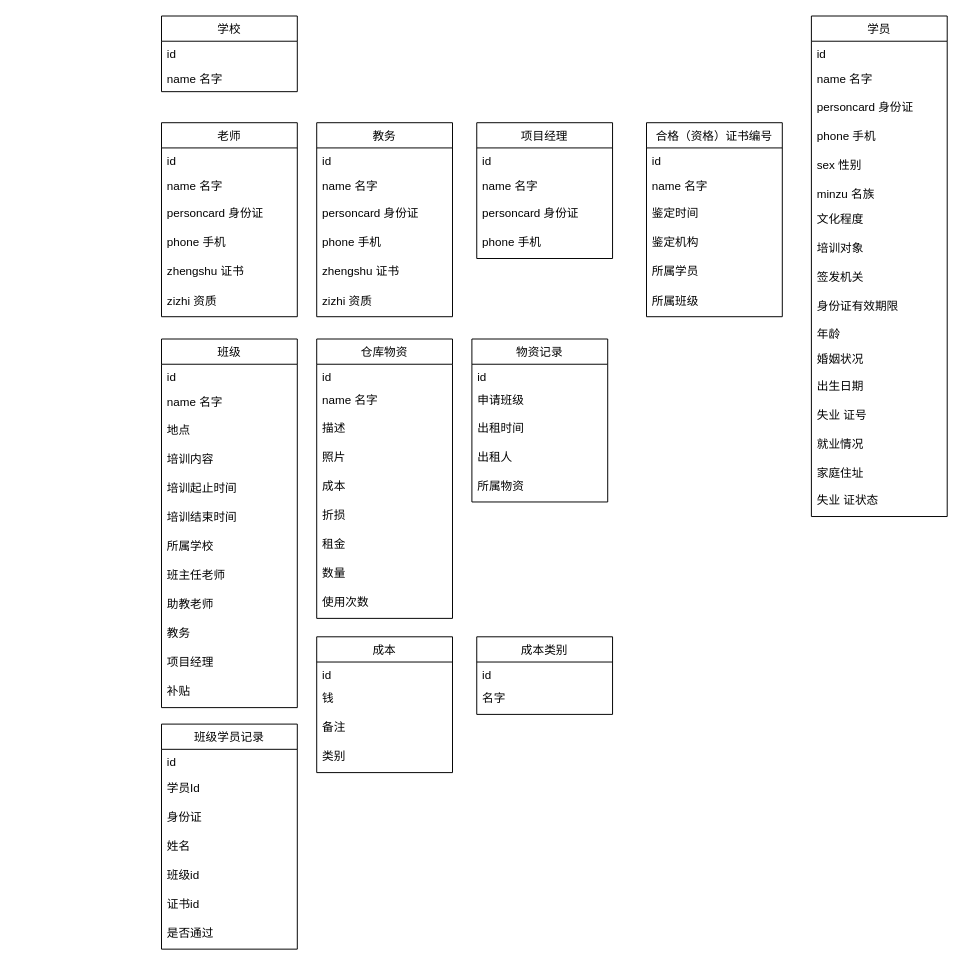
Before: 学校数据关系.drawio in ayolyy/draw, a draw.io diagram. Source tidied: cells renumbered, new cells numbered last; positions are measured from the earlier drawing's top-left corner, leaving out a move shared by most shapes. Both pictures are drawn from the tidied source at 97%, with x=0, y=0 at pixel (161, 16).
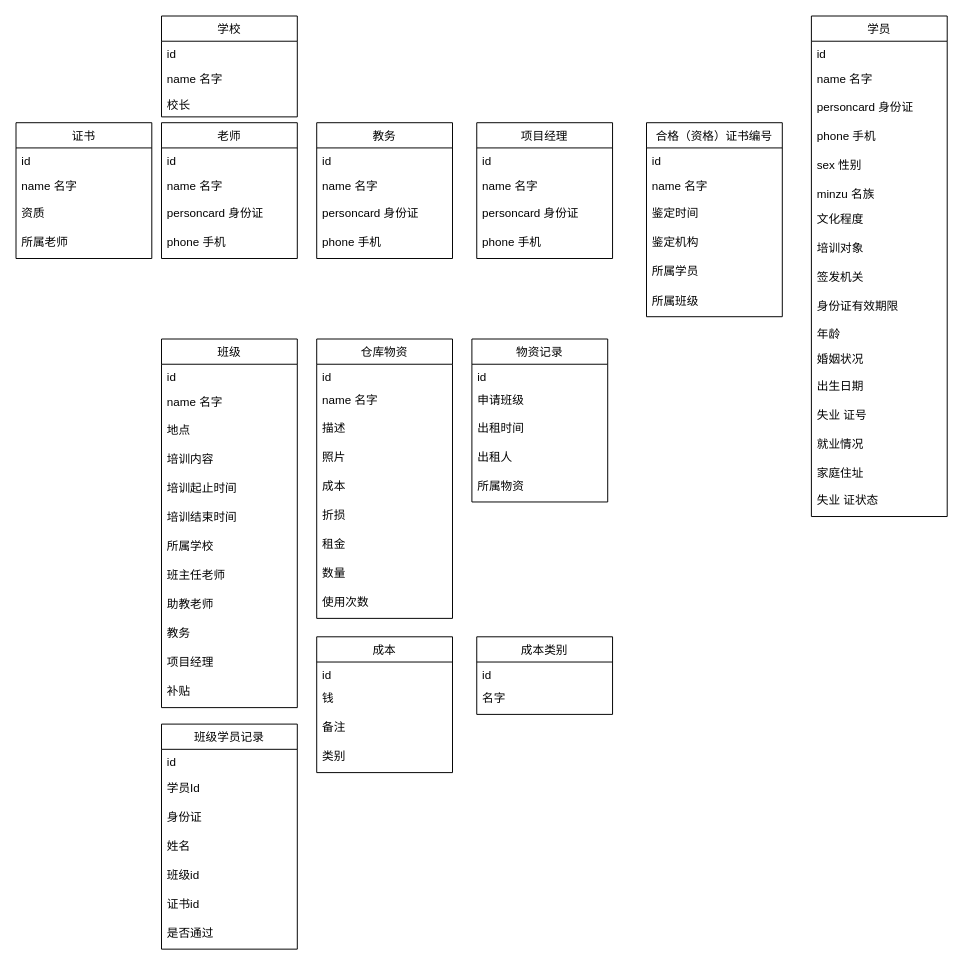
Above is the later version.

Commit message:
更新学校数据关系.drawio

The edit, as a diff of the source:
```diff
@@
     <mxCell id="2" value="学校" style="swimlane;fontStyle=0;horizontal=1;startSize=26;fillColor=none;" parent="1" vertex="1">
-      <mxGeometry width="140" height="78" as="geometry" />
+      <mxGeometry width="140" height="104" as="geometry" />
     </mxCell>
@@
+    <mxCell id="94" value="校长" style="text;strokeColor=none;fillColor=none;align=left;verticalAlign=top;spacingLeft=4;spacingRight=4;overflow=hidden;" parent="2" vertex="1">
+      <mxGeometry y="78" width="140" height="26" as="geometry" />
+    </mxCell>
     <mxCell id="5" value="老师" style="swimlane;fontStyle=0;horizontal=1;startSize=26;fillColor=none;" parent="1" vertex="1">
-      <mxGeometry y="110" width="140" height="200" as="geometry" />
+      <mxGeometry y="110" width="140" height="140" as="geometry" />
     </mxCell>
@@
-    <mxCell id="10" value="zhengshu 证书" style="text;strokeColor=none;fillColor=none;align=left;verticalAlign=top;spacingLeft=4;spacingRight=4;overflow=hidden;" parent="5" vertex="1">
-      <mxGeometry y="140" width="140" height="30" as="geometry" />
-    </mxCell>
-    <mxCell id="11" value="zizhi 资质" style="text;strokeColor=none;fillColor=none;align=left;verticalAlign=top;spacingLeft=4;spacingRight=4;overflow=hidden;" parent="5" vertex="1">
-      <mxGeometry y="170" width="140" height="30" as="geometry" />
-    </mxCell>
     <mxCell id="12" value="教务" style="swimlane;fontStyle=0;horizontal=1;startSize=26;fillColor=none;" parent="1" vertex="1">
-      <mxGeometry x="160" y="110" width="140" height="200" as="geometry" />
+      <mxGeometry x="160" y="110" width="140" height="140" as="geometry" />
     </mxCell>
@@
-    <mxCell id="17" value="zhengshu 证书" style="text;strokeColor=none;fillColor=none;align=left;verticalAlign=top;spacingLeft=4;spacingRight=4;overflow=hidden;" parent="12" vertex="1">
-      <mxGeometry y="140" width="140" height="30" as="geometry" />
-    </mxCell>
-    <mxCell id="18" value="zizhi 资质" style="text;strokeColor=none;fillColor=none;align=left;verticalAlign=top;spacingLeft=4;spacingRight=4;overflow=hidden;" parent="12" vertex="1">
-      <mxGeometry y="170" width="140" height="30" as="geometry" />
-    </mxCell>
@@
+    <mxCell id="95" value="证书" style="swimlane;fontStyle=0;horizontal=1;startSize=26;fillColor=none;" parent="1" vertex="1">
+      <mxGeometry x="-150" y="110" width="140" height="140" as="geometry" />
+    </mxCell>
+    <mxCell id="96" value="id" style="text;strokeColor=none;fillColor=none;align=left;verticalAlign=top;spacingLeft=4;spacingRight=4;overflow=hidden;" parent="95" vertex="1">
+      <mxGeometry y="26" width="140" height="26" as="geometry" />
+    </mxCell>
+    <mxCell id="97" value="name 名字" style="text;strokeColor=none;fillColor=none;align=left;verticalAlign=top;spacingLeft=4;spacingRight=4;overflow=hidden;" parent="95" vertex="1">
+      <mxGeometry y="52" width="140" height="28" as="geometry" />
+    </mxCell>
+    <mxCell id="98" value="资质" style="text;strokeColor=none;fillColor=none;align=left;verticalAlign=top;spacingLeft=4;spacingRight=4;overflow=hidden;" parent="95" vertex="1">
+      <mxGeometry y="80" width="140" height="30" as="geometry" />
+    </mxCell>
+    <mxCell id="99" value="所属老师" style="text;strokeColor=none;fillColor=none;align=left;verticalAlign=top;spacingLeft=4;spacingRight=4;overflow=hidden;" parent="95" vertex="1">
+      <mxGeometry y="110" width="140" height="30" as="geometry" />
+    </mxCell>
```
